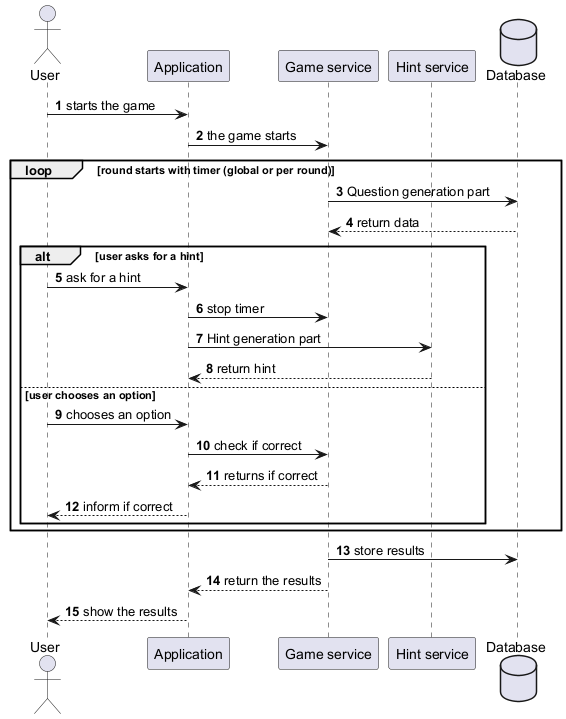
Before: images/Game diagram.png, a diagram exported from PlantUML (Arquisoft/wichat_en3a). Its diagram source:
```plantuml
@startuml
autonumber
actor User
participant Application
participant "Game service"
participant "Hint service"
database Database

User -> Application: starts the game
Application -> "Game service": the game starts
loop round starts with timer (global or per round)
    "Game service" -> Database: Question generation part
    Database --> "Game service": return data
    alt user asks for a hint
        User -> Application: ask for a hint
        Application -> "Game service": stop timer
        Application -> "Hint service": Hint generation part
        "Hint service" --> Application: return hint

    else user chooses an option
        User -> Application: chooses an option
        Application -> "Game service": check if correct
        "Game service" --> Application: returns if correct
        Application --> User: inform if correct
    end
end
"Game service" -> Database: store results
"Game service" --> Application: return the results
Application --> User: show the results
@enduml
```
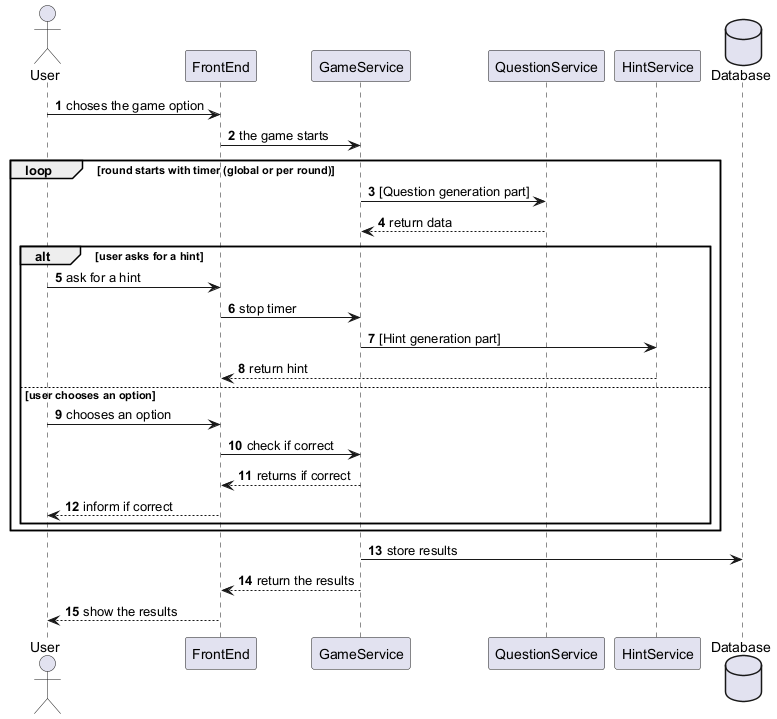
The same diagram one commit later.

What changed in the source:
```diff
@@ -1,30 +1,31 @@
 @startuml
 autonumber
 actor User
-participant Application
-participant "Game service"
-participant "Hint service"
+participant FrontEnd
+participant GameService
+participant QuestionService
+participant HintService
 database Database
 
-User -> Application: starts the game
-Application -> "Game service": the game starts
+User -> FrontEnd: choses the game option
+FrontEnd -> GameService: the game starts
 loop round starts with timer (global or per round)
-    "Game service" -> Database: Question generation part
-    Database --> "Game service": return data
+    GameService -> QuestionService: [Question generation part]
+    QuestionService --> GameService: return data
     alt user asks for a hint
-        User -> Application: ask for a hint
-        Application -> "Game service": stop timer
-        Application -> "Hint service": Hint generation part
-        "Hint service" --> Application: return hint
+        User -> FrontEnd: ask for a hint
+        FrontEnd -> GameService: stop timer
+        GameService -> HintService: [Hint generation part]
+        HintService --> FrontEnd: return hint
 
     else user chooses an option
-        User -> Application: chooses an option
-        Application -> "Game service": check if correct
-        "Game service" --> Application: returns if correct
-        Application --> User: inform if correct
+        User -> FrontEnd: chooses an option
+        FrontEnd -> GameService: check if correct
+        GameService --> FrontEnd: returns if correct
+        FrontEnd --> User: inform if correct
     end
 end
-"Game service" -> Database: store results
-"Game service" --> Application: return the results
-Application --> User: show the results
+GameService -> Database: store results
+GameService --> FrontEnd: return the results
+FrontEnd --> User: show the results
 @enduml
```
